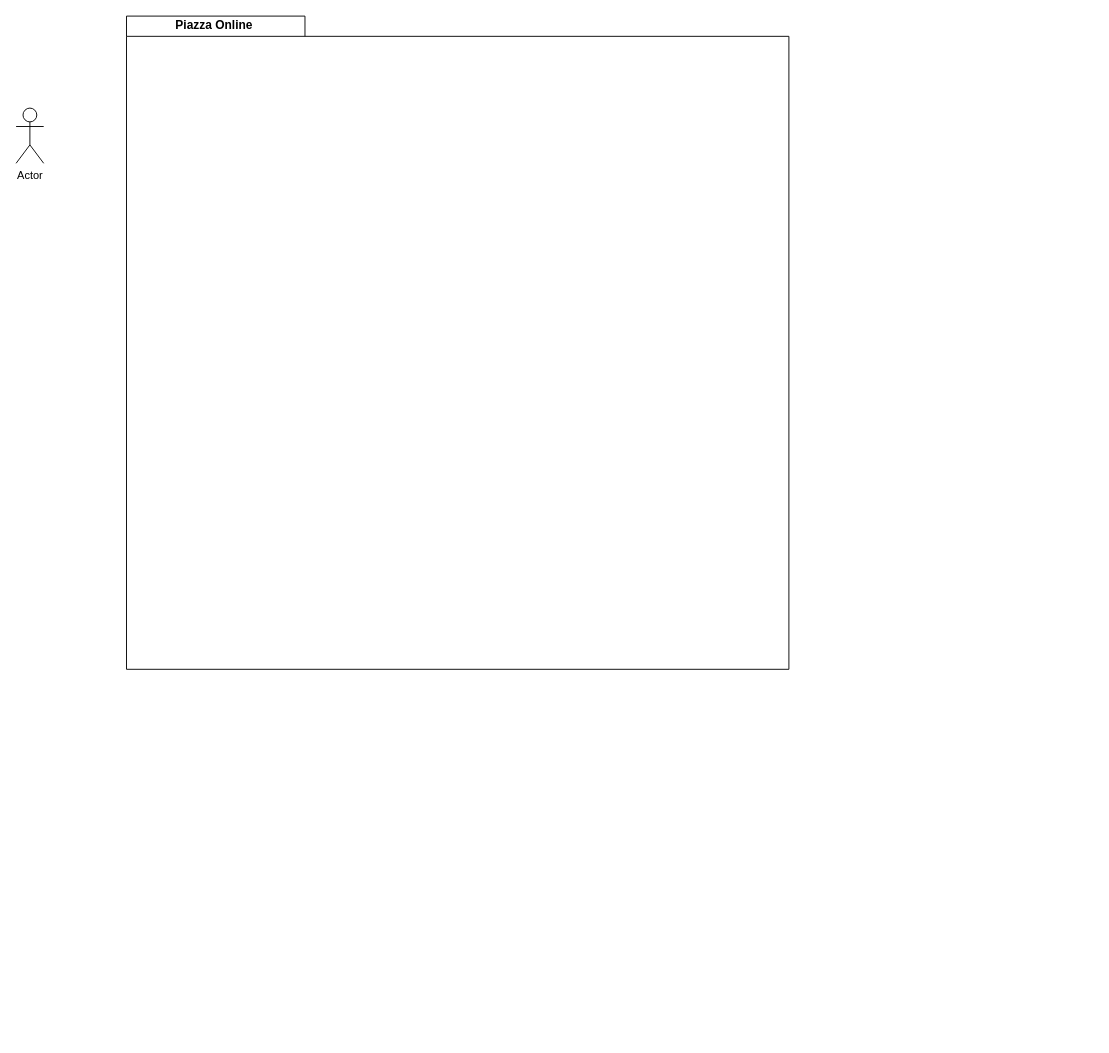
VladCiobotariu/InternshipProject keeps this draw.io diagram as use_case_diagram.drawio. Above is the earlier version. Source tidied: cells renumbered, new cells numbered last; positions are measured from the earlier drawing's top-left corner, leaving out a move shared by most shapes. Both pictures are drawn from the tidied source at 92%, with x=0, y=0 at pixel (16, 16).
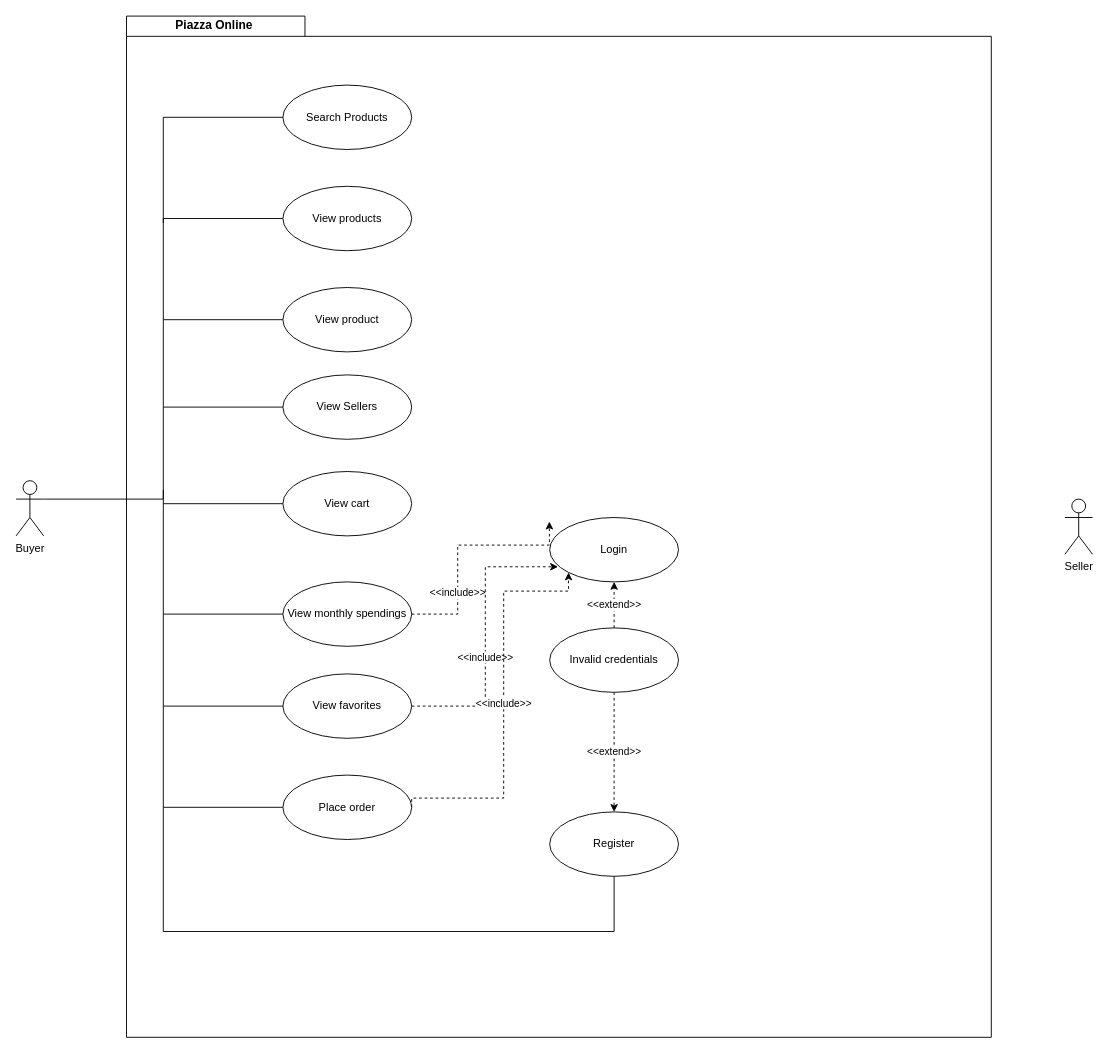
Above is the later version.

Commit message (it also covers changes not shown here):
modifications to uml diagram

The edit, as a diff of the source:
```diff
@@
     <mxCell id="2" style="shape=folder;fontStyle=1;spacingTop=10;tabWidth=194;tabHeight=22;tabPosition=left;html=1;rounded=0;shadow=0;comic=0;labelBackgroundColor=none;strokeWidth=1;fillColor=none;fontFamily=Verdana;fontSize=10;align=center;" parent="1" vertex="1">
-      <mxGeometry x="120" width="720" height="710" as="geometry" />
+      <mxGeometry x="120" width="940" height="1110" as="geometry" />
     </mxCell>
+    <mxCell id="5" style="edgeStyle=orthogonalEdgeStyle;rounded=0;jettySize=auto;html=1;exitX=1;exitY=0.3333333333333333;exitDx=0;exitDy=0;exitPerimeter=0;entryX=0;entryY=0.5;entryDx=0;entryDy=0;endArrow=none;endFill=0;" parent="1" edge="1" source="3" target="9">
+      <mxGeometry relative="1" as="geometry">
+        <Array as="points">
+          <mxPoint x="30" y="525" />
+          <mxPoint x="160" y="525" />
+          <mxPoint x="160" y="220" />
+        </Array>
+      </mxGeometry>
+    </mxCell>
-    <mxCell id="3" value="Actor" style="shape=umlActor;verticalLabelPosition=bottom;verticalAlign=top;html=1;outlineConnect=0;" parent="1" vertex="1">
-      <mxGeometry y="100" width="30" height="60" as="geometry" />
+    <mxCell id="3" value="Buyer" style="shape=umlActor;verticalLabelPosition=bottom;verticalAlign=top;html=1;outlineConnect=0;" parent="1" vertex="1">
+      <mxGeometry y="505" width="30" height="60" as="geometry" />
     </mxCell>
@@
+    <mxCell id="6" value="Login" style="ellipse;whiteSpace=wrap;html=1;" parent="1" vertex="1">
+      <mxGeometry x="580" y="545" width="140" height="70" as="geometry" />
+    </mxCell>
+    <mxCell id="7" value="Register" style="ellipse;whiteSpace=wrap;html=1;" parent="1" vertex="1">
+      <mxGeometry x="580" y="865" width="140" height="70" as="geometry" />
+    </mxCell>
+    <mxCell id="8" value="Search Products" style="ellipse;whiteSpace=wrap;html=1;" parent="1" vertex="1">
+      <mxGeometry x="290" y="75" width="140" height="70" as="geometry" />
+    </mxCell>
+    <mxCell id="9" value="View products" style="ellipse;whiteSpace=wrap;html=1;" parent="1" vertex="1">
+      <mxGeometry x="290" y="185" width="140" height="70" as="geometry" />
+    </mxCell>
+    <mxCell id="10" value="&amp;lt;&amp;lt;include&amp;gt;&amp;gt;" style="edgeStyle=orthogonalEdgeStyle;rounded=0;jettySize=auto;html=1;exitX=1;exitY=0.5;exitDx=0;exitDy=0;dashed=1;entryX=0.489;entryY=0.495;entryDx=0;entryDy=0;entryPerimeter=0;" parent="1" edge="1" source="11" target="2">
+      <mxGeometry x="-0.42" relative="1" as="geometry">
+        <Array as="points">
+          <mxPoint x="480" y="650" />
+          <mxPoint x="480" y="575" />
+        </Array>
+      </mxGeometry>
+    </mxCell>
+    <mxCell id="11" value="View monthly spendings" style="ellipse;whiteSpace=wrap;html=1;" parent="1" vertex="1">
+      <mxGeometry x="290" y="615" width="140" height="70" as="geometry" />
+    </mxCell>
+    <mxCell id="12" value="View product" style="ellipse;whiteSpace=wrap;html=1;" parent="1" vertex="1">
+      <mxGeometry x="290" y="295" width="140" height="70" as="geometry" />
+    </mxCell>
+    <mxCell id="13" value="View Sellers" style="ellipse;whiteSpace=wrap;html=1;" parent="1" vertex="1">
+      <mxGeometry x="290" y="390" width="140" height="70" as="geometry" />
+    </mxCell>
+    <mxCell id="14" style="edgeStyle=orthogonalEdgeStyle;rounded=0;jettySize=auto;html=1;exitX=1;exitY=0.5;exitDx=0;exitDy=0;dashed=1;entryX=0.065;entryY=0.765;entryDx=0;entryDy=0;entryPerimeter=0;" parent="1" edge="1" source="16" target="6">
+      <mxGeometry relative="1" as="geometry">
+        <Array as="points">
+          <mxPoint x="510" y="750" />
+          <mxPoint x="510" y="599" />
+        </Array>
+      </mxGeometry>
+    </mxCell>
+    <mxCell id="15" value="&amp;lt;&amp;lt;include&amp;gt;&amp;gt;" style="edgeLabel;html=1;align=center;verticalAlign=middle;" parent="14" vertex="1">
+      <mxGeometry x="-0.14" y="1" relative="1" as="geometry" />
+    </mxCell>
+    <mxCell id="16" value="View favorites" style="ellipse;whiteSpace=wrap;html=1;" parent="1" vertex="1">
+      <mxGeometry x="290" y="715" width="140" height="70" as="geometry" />
+    </mxCell>
+    <mxCell id="17" value="&amp;lt;&amp;lt;include&amp;gt;&amp;gt;" style="edgeStyle=orthogonalEdgeStyle;rounded=0;jettySize=auto;html=1;exitX=1;exitY=0.5;exitDx=0;exitDy=0;entryX=0;entryY=1;entryDx=0;entryDy=0;dashed=1;" parent="1" edge="1" source="18" target="6">
+      <mxGeometry relative="1" as="geometry">
+        <Array as="points">
+          <mxPoint x="430" y="850" />
+          <mxPoint x="530" y="850" />
+          <mxPoint x="530" y="625" />
+          <mxPoint x="600" y="625" />
+        </Array>
+      </mxGeometry>
+    </mxCell>
+    <mxCell id="18" value="Place order" style="ellipse;whiteSpace=wrap;html=1;" parent="1" vertex="1">
+      <mxGeometry x="290" y="825" width="140" height="70" as="geometry" />
+    </mxCell>
+    <mxCell id="19" value="View cart" style="ellipse;whiteSpace=wrap;html=1;" parent="1" vertex="1">
+      <mxGeometry x="290" y="495" width="140" height="70" as="geometry" />
+    </mxCell>
+    <mxCell id="20" value="&amp;lt;&amp;lt;extend&amp;gt;&amp;gt;" style="edgeStyle=orthogonalEdgeStyle;rounded=0;jettySize=auto;html=1;exitX=0.5;exitY=0;exitDx=0;exitDy=0;dashed=1;entryX=0.5;entryY=1;entryDx=0;entryDy=0;" parent="1" edge="1" source="22" target="6">
+      <mxGeometry relative="1" as="geometry" />
+    </mxCell>
+    <mxCell id="21" value="&amp;lt;&amp;lt;extend&amp;gt;&amp;gt;" style="edgeStyle=orthogonalEdgeStyle;rounded=0;jettySize=auto;html=1;exitX=0.5;exitY=1;exitDx=0;exitDy=0;dashed=1;entryX=0.5;entryY=0;entryDx=0;entryDy=0;" parent="1" edge="1" source="22" target="7">
+      <mxGeometry relative="1" as="geometry" />
+    </mxCell>
+    <mxCell id="22" value="Invalid credentials" style="ellipse;whiteSpace=wrap;html=1;" parent="1" vertex="1">
+      <mxGeometry x="580" y="665" width="140" height="70" as="geometry" />
+    </mxCell>
+    <mxCell id="23" value="Seller" style="shape=umlActor;verticalLabelPosition=bottom;verticalAlign=top;html=1;" parent="1" vertex="1">
+      <mxGeometry x="1140" y="525" width="30" height="60" as="geometry" />
+    </mxCell>
+    <mxCell id="24" style="endArrow=none;html=1;rounded=0;entryX=0;entryY=0.5;entryDx=0;entryDy=0;" parent="1" edge="1" target="8">
+      <mxGeometry relative="1" as="geometry">
+        <mxPoint x="160" y="225" as="sourcePoint" />
+        <Array as="points">
+          <mxPoint x="160" y="110" />
+        </Array>
+      </mxGeometry>
+    </mxCell>
+    <mxCell id="25" style="endArrow=none;html=1;rounded=0;exitX=0;exitY=0.5;exitDx=0;exitDy=0;" parent="1" edge="1" source="12">
+      <mxGeometry relative="1" as="geometry">
+        <mxPoint x="160" y="330" as="targetPoint" />
+      </mxGeometry>
+    </mxCell>
+    <mxCell id="26" style="endArrow=none;html=1;rounded=0;exitX=0;exitY=0.5;exitDx=0;exitDy=0;" parent="1" edge="1" source="13">
+      <mxGeometry relative="1" as="geometry">
+        <mxPoint x="160" y="425" as="targetPoint" />
+      </mxGeometry>
+    </mxCell>
+    <mxCell id="27" style="endArrow=none;html=1;rounded=0;exitX=0.5;exitY=1;exitDx=0;exitDy=0;" parent="1" edge="1" source="7">
+      <mxGeometry relative="1" as="geometry">
+        <mxPoint x="160" y="515" as="targetPoint" />
+        <Array as="points">
+          <mxPoint x="650" y="995" />
+          <mxPoint x="160" y="995" />
+        </Array>
+      </mxGeometry>
+    </mxCell>
+    <mxCell id="28" style="endArrow=none;html=1;rounded=0;entryX=0;entryY=0.5;entryDx=0;entryDy=0;" parent="1" edge="1" target="19">
+      <mxGeometry relative="1" as="geometry">
+        <mxPoint x="160" y="530" as="sourcePoint" />
+      </mxGeometry>
+    </mxCell>
+    <mxCell id="29" style="endArrow=none;html=1;rounded=0;entryX=0;entryY=0.5;entryDx=0;entryDy=0;" parent="1" edge="1" target="11">
+      <mxGeometry relative="1" as="geometry">
+        <mxPoint x="160" y="650" as="sourcePoint" />
+      </mxGeometry>
+    </mxCell>
+    <mxCell id="30" style="endArrow=none;html=1;rounded=0;entryX=0;entryY=0.5;entryDx=0;entryDy=0;" parent="1" edge="1" target="16">
+      <mxGeometry relative="1" as="geometry">
+        <mxPoint x="160" y="750" as="sourcePoint" />
+      </mxGeometry>
+    </mxCell>
+    <mxCell id="31" style="endArrow=none;html=1;rounded=0;entryX=0;entryY=0.5;entryDx=0;entryDy=0;" parent="1" edge="1" target="18">
+      <mxGeometry relative="1" as="geometry">
+        <mxPoint x="160" y="860" as="sourcePoint" />
+      </mxGeometry>
+    </mxCell>
```
